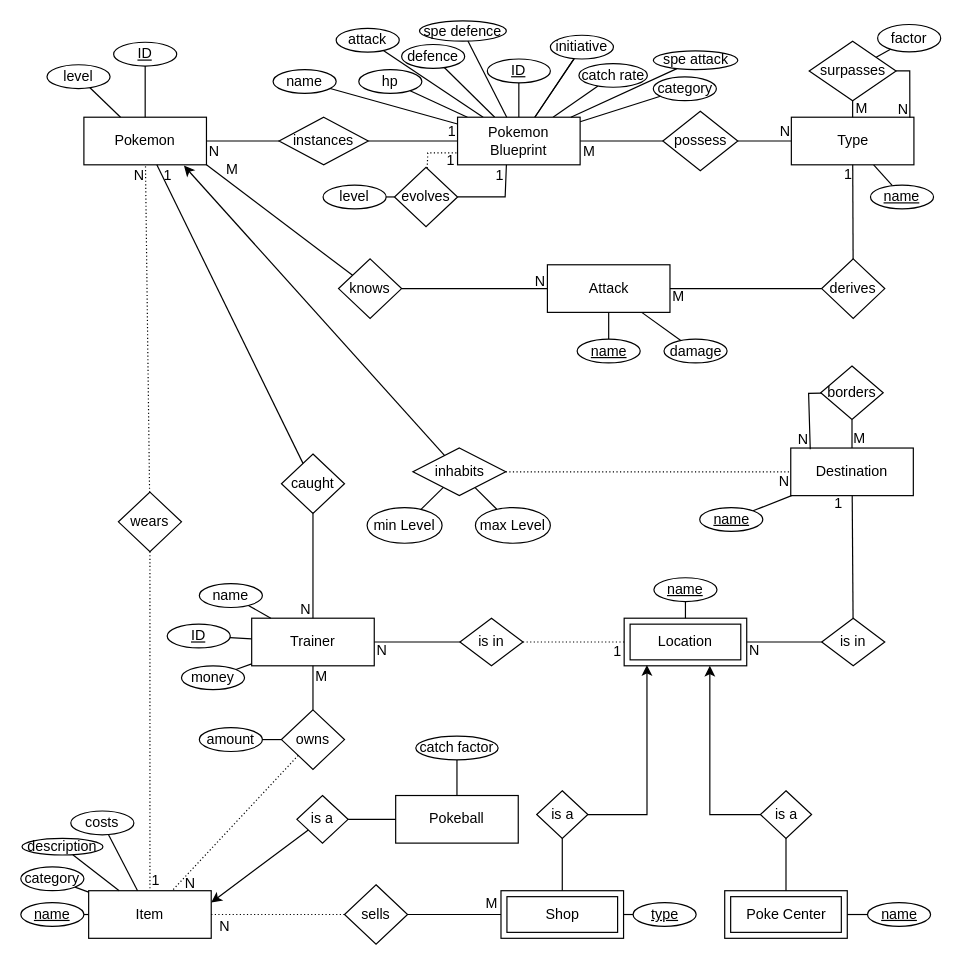
Before: Projekt/Pokemon Scuffed Grey.drawio in mypictur3esforu/Pokemon-Scuffed-Grey, a draw.io diagram. Source tidied: cells renumbered, new cells numbered last; positions are measured from the earlier drawing's top-left corner, leaving out a move shared by most shapes. Both pictures are drawn from the tidied source at 119%, with x=0, y=0 at pixel (20, 20).
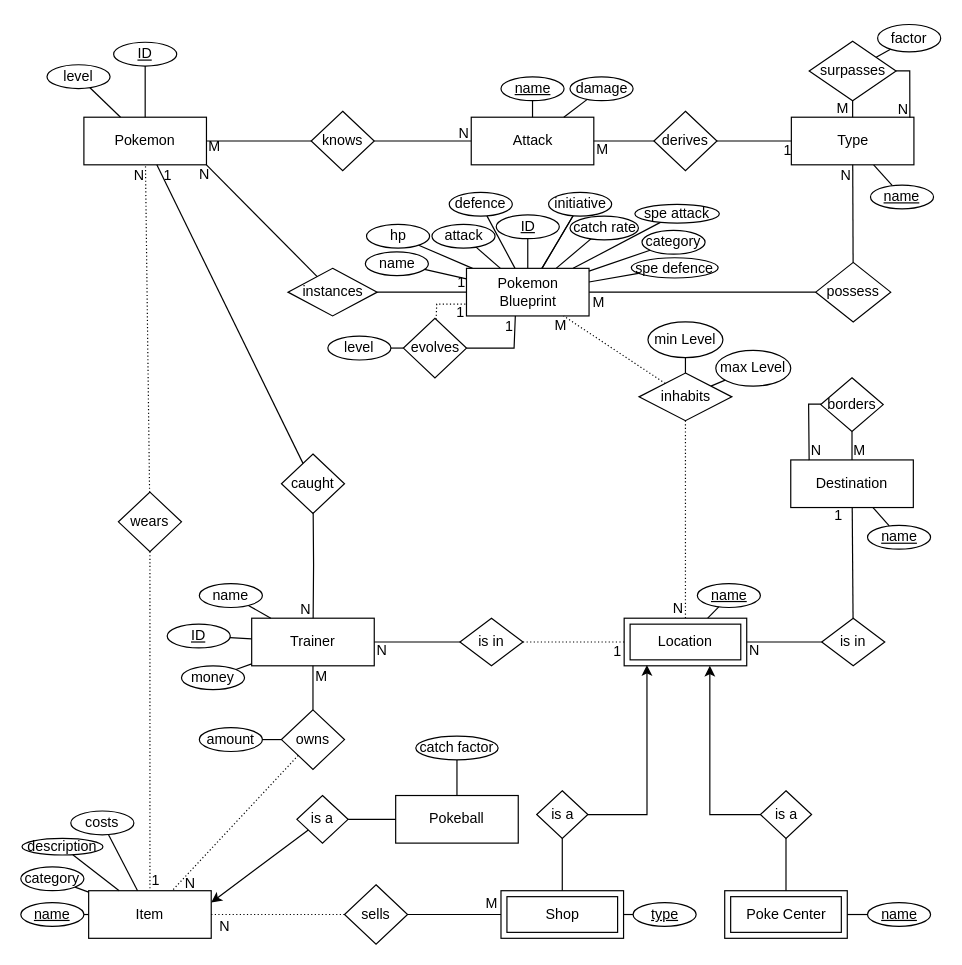
After the change.

Commit message (it also covers changes not shown here):
Inhabits angepasst PBs inhabiten jetzt Locations. Davor haben Pokemon Destinations inhabited. Ist jetzt besser, weil inhabit die Regeln für Spawnen sind.

Außerdem Wild Pokemon macht kein Sinn, da die Location irrelevant ist.
Zwar sind sie nur an einem bestimmten Standort, aber das geht auch indem
man sie einfach als Pokemon hinzufügt und bei verlassen der Location
wieder löscht.

The change refers to these unchanged cells:
```xml
<mxCell id="2" value="Pokemon" style="whiteSpace=wrap;html=1;align=center;" parent="1" vertex="1">
  <mxGeometry x="53" y="81" width="103" height="40" as="geometry" />
</mxCell>
<mxCell id="4" value="Trainer" style="whiteSpace=wrap;html=1;align=center;" parent="1" vertex="1">
  <mxGeometry x="194" y="502" width="103" height="40" as="geometry" />
</mxCell>
<mxCell id="6" value="caught" style="shape=rhombus;perimeter=rhombusPerimeter;whiteSpace=wrap;html=1;align=center;" parent="1" vertex="1">
  <mxGeometry x="219" y="364" width="53" height="50" as="geometry" />
</mxCell>
<mxCell id="32" style="endArrow=none;html=1;rounded=0;elbow=vertical;" parent="1" edge="1" source="37" target="31">
  <mxGeometry relative="1" as="geometry" />
</mxCell>
<mxCell id="40" style="endArrow=none;html=1;rounded=0;elbow=vertical;" parent="1" edge="1" source="31" target="42">
  <mxGeometry relative="1" as="geometry" />
</mxCell>
<mxCell id="141" value="Location" style="shape=ext;margin=3;double=1;whiteSpace=wrap;html=1;align=center;" parent="1" vertex="1">
  <mxGeometry x="507" y="502" width="103" height="40" as="geometry" />
</mxCell>
```

What changed in the source:
```diff
@@
     <mxCell id="3" value="Destination" style="whiteSpace=wrap;html=1;align=center;" parent="1" vertex="1">
-      <mxGeometry x="647" y="359" width="103" height="40" as="geometry" />
+      <mxGeometry x="647" y="369" width="103" height="40" as="geometry" />
     </mxCell>
@@
     <mxCell id="5" value="Attack" style="whiteSpace=wrap;html=1;align=center;" parent="1" vertex="1">
-      <mxGeometry x="442.5" y="205" width="103" height="40" as="geometry" />
+      <mxGeometry x="378.5" y="81" width="103" height="40" as="geometry" />
     </mxCell>
@@
-    <mxCell id="16" style="endArrow=none;html=1;rounded=0;exitX=1;exitY=1;exitDx=0;exitDy=0;" parent="1" edge="1" source="2" target="18">
+    <mxCell id="16" style="endArrow=none;html=1;rounded=0;" parent="1" edge="1" source="2" target="18">
       <mxGeometry relative="1" as="geometry" />
     </mxCell>
     <mxCell id="17" value="M" style="html=1;whiteSpace=wrap;align=left;verticalAlign=bottom;" parent="16" vertex="1">
       <mxGeometry x="-1" relative="1" as="geometry">
-        <mxPoint x="15" y="12" as="offset" />
+        <mxPoint y="13" as="offset" />
       </mxGeometry>
     </mxCell>
     <mxCell id="18" value="knows" style="shape=rhombus;perimeter=rhombusPerimeter;whiteSpace=wrap;html=1;align=center;" parent="1" vertex="1">
-      <mxGeometry x="267" y="200" width="53" height="50" as="geometry" />
+      <mxGeometry x="244" y="76" width="53" height="50" as="geometry" />
     </mxCell>
     <mxCell id="19" style="endArrow=none;html=1;rounded=0;" parent="1" edge="1" source="6" target="4">
-      <mxGeometry relative="1" as="geometry" />
+      <mxGeometry relative="1" as="geometry">
+        <Array as="points">
+          <mxPoint x="246" y="457" />
+        </Array>
+      </mxGeometry>
     </mxCell>
@@
     <mxCell id="33" value="N" style="html=1;whiteSpace=wrap;align=right;verticalAlign=bottom;" parent="32" vertex="1">
-      <mxGeometry x="1" relative="1" as="geometry" />
+      <mxGeometry x="1" relative="1" as="geometry">
+        <mxPoint y="17" as="offset" />
+      </mxGeometry>
     </mxCell>
@@
     <mxCell id="37" value="possess" style="shape=rhombus;perimeter=rhombusPerimeter;whiteSpace=wrap;html=1;align=center;" parent="1" vertex="1">
-      <mxGeometry x="539.5" y="76" width="63" height="50" as="geometry" />
+      <mxGeometry x="668" y="203" width="63" height="50" as="geometry" />
     </mxCell>
@@
     <mxCell id="41" value="M" style="html=1;whiteSpace=wrap;align=left;verticalAlign=bottom;" parent="40" vertex="1">
       <mxGeometry x="-1" relative="1" as="geometry">
-        <mxPoint x="1" y="1" as="offset" />
+        <mxPoint x="-15" y="1" as="offset" />
       </mxGeometry>
     </mxCell>
@@
-    <mxCell id="43" style="endArrow=none;html=1;rounded=0;dashed=1;dashPattern=1 2;elbow=vertical;" parent="1" edge="1" source="45" target="3">
+    <mxCell id="43" style="endArrow=none;html=1;rounded=0;dashed=1;dashPattern=1 2;elbow=vertical;" parent="1" edge="1" source="45" target="141">
       <mxGeometry relative="1" as="geometry" />
     </mxCell>
     <mxCell id="44" value="N" style="html=1;whiteSpace=wrap;align=right;verticalAlign=bottom;" parent="43" vertex="1">
       <mxGeometry x="1" relative="1" as="geometry">
-        <mxPoint x="-1" y="16" as="offset" />
+        <mxPoint x="-1" as="offset" />
       </mxGeometry>
     </mxCell>
     <mxCell id="45" value="inhabits" style="shape=rhombus;perimeter=rhombusPerimeter;whiteSpace=wrap;html=1;align=center;" parent="1" vertex="1">
-      <mxGeometry x="329.5" y="359" width="78" height="40" as="geometry" />
+      <mxGeometry x="519.5" y="296" width="78" height="40" as="geometry" />
     </mxCell>
@@
     <mxCell id="54" value="hp" style="ellipse;whiteSpace=wrap;html=1;align=center;" parent="1" vertex="1">
-      <mxGeometry x="284" y="41" width="53" height="20" as="geometry" />
+      <mxGeometry x="290.5" y="171" width="53" height="20" as="geometry" />
     </mxCell>
@@
     <mxCell id="56" value="attack" style="ellipse;whiteSpace=wrap;html=1;align=center;" parent="1" vertex="1">
-      <mxGeometry x="265" y="6.3" width="53" height="20" as="geometry" />
+      <mxGeometry x="345.5" y="171" width="53" height="20" as="geometry" />
     </mxCell>
@@
     <mxCell id="58" value="defence" style="ellipse;whiteSpace=wrap;html=1;align=center;" parent="1" vertex="1">
-      <mxGeometry x="320" y="19.9" width="53" height="20" as="geometry" />
+      <mxGeometry x="360" y="144.1" width="53" height="20" as="geometry" />
     </mxCell>
@@
     <mxCell id="63" value="min Level" style="ellipse;whiteSpace=wrap;html=1;align=center;" parent="1" vertex="1">
-      <mxGeometry x="291" y="409" width="63" height="30" as="geometry" />
+      <mxGeometry x="527" y="253" width="63" height="30" as="geometry" />
     </mxCell>
@@
     <mxCell id="65" value="name" style="ellipse;whiteSpace=wrap;html=1;align=center;" parent="1" vertex="1">
-      <mxGeometry x="212" y="41" width="53" height="20" as="geometry" />
+      <mxGeometry x="289.5" y="194.1" width="53" height="20" as="geometry" />
     </mxCell>
@@
     <mxCell id="76" value="name" style="ellipse;whiteSpace=wrap;html=1;align=center;fontStyle=4;" parent="1" vertex="1">
-      <mxGeometry x="467.5" y="267.5" width="53" height="20" as="geometry" />
+      <mxGeometry x="403.5" y="47.1" width="53" height="20" as="geometry" />
     </mxCell>
@@
     <mxCell id="78" value="max Level" style="ellipse;whiteSpace=wrap;html=1;align=center;" parent="1" vertex="1">
-      <mxGeometry x="382" y="409" width="63" height="30" as="geometry" />
+      <mxGeometry x="584" y="277" width="63" height="30" as="geometry" />
     </mxCell>
@@
     <mxCell id="85" value="name" style="ellipse;whiteSpace=wrap;html=1;align=center;fontStyle=4;" parent="1" vertex="1">
-      <mxGeometry x="570.5" y="409" width="53" height="20" as="geometry" />
+      <mxGeometry x="711.5" y="424" width="53" height="20" as="geometry" />
     </mxCell>
@@
     <mxCell id="87" value="derives" style="shape=rhombus;perimeter=rhombusPerimeter;whiteSpace=wrap;html=1;align=center;" parent="1" vertex="1">
-      <mxGeometry x="673" y="200" width="53" height="50" as="geometry" />
+      <mxGeometry x="532" y="76" width="53" height="50" as="geometry" />
     </mxCell>
@@
     <mxCell id="96" value="damage" style="ellipse;whiteSpace=wrap;html=1;align=center;" parent="1" vertex="1">
-      <mxGeometry x="540.5" y="267.5" width="53" height="20" as="geometry" />
+      <mxGeometry x="461.5" y="47.1" width="53" height="20" as="geometry" />
     </mxCell>
@@
     <mxCell id="100" value="evolves" style="shape=rhombus;perimeter=rhombusPerimeter;whiteSpace=wrap;html=1;align=center;direction=south;" parent="1" vertex="1">
-      <mxGeometry x="314" y="123" width="53" height="50" as="geometry" />
+      <mxGeometry x="321.5" y="250" width="53" height="50" as="geometry" />
     </mxCell>
     <mxCell id="101" style="endArrow=none;html=1;rounded=0;dashed=1;dashPattern=1 2;entryX=0;entryY=0.75;entryDx=0;entryDy=0;" parent="1" edge="1" source="100" target="107">
       <mxGeometry relative="1" as="geometry">
         <Array as="points">
-          <mxPoint x="342" y="111" />
+          <mxPoint x="349.5" y="238" />
         </Array>
       </mxGeometry>
     </mxCell>
@@
     <mxCell id="103" style="endArrow=none;html=1;rounded=0;entryX=0.4;entryY=0.9;entryDx=0;entryDy=0;entryPerimeter=0;" parent="1" edge="1" source="100" target="107">
       <mxGeometry relative="1" as="geometry">
         <Array as="points">
-          <mxPoint x="407" y="148" />
+          <mxPoint x="414.5" y="275" />
         </Array>
       </mxGeometry>
     </mxCell>
@@
     <mxCell id="105" value="level" style="ellipse;whiteSpace=wrap;html=1;align=center;" parent="1" vertex="1">
-      <mxGeometry x="254" y="138" width="53" height="20" as="geometry" />
+      <mxGeometry x="258" y="265" width="53" height="20" as="geometry" />
     </mxCell>
@@
     <mxCell id="107" value="Pokemon Blueprint" style="whiteSpace=wrap;html=1;align=center;" parent="1" vertex="1">
-      <mxGeometry x="367" y="81" width="103" height="40" as="geometry" />
+      <mxGeometry x="374.5" y="208" width="103" height="40" as="geometry" />
     </mxCell>
-    <mxCell id="108" style="endArrow=classic;html=1;rounded=0;entryX=0.816;entryY=1.017;entryDx=0;entryDy=0;entryPerimeter=0;" parent="1" edge="1" source="45" target="2">
-      <mxGeometry relative="1" as="geometry" />
-    </mxCell>
     <mxCell id="109" value="instances" style="shape=rhombus;perimeter=rhombusPerimeter;whiteSpace=wrap;html=1;align=center;" parent="1" vertex="1">
-      <mxGeometry x="217" y="81" width="75" height="40" as="geometry" />
+      <mxGeometry x="224.5" y="208" width="75" height="40" as="geometry" />
     </mxCell>
@@
     <mxCell id="112" value="spe defence" style="ellipse;whiteSpace=wrap;html=1;align=center;" parent="1" vertex="1">
-      <mxGeometry x="335" y="0.1" width="73" height="17" as="geometry" />
+      <mxGeometry x="513" y="199.1" width="73" height="17" as="geometry" />
     </mxCell>
@@
     <mxCell id="114" value="spe attack" style="ellipse;whiteSpace=wrap;html=1;align=center;" parent="1" vertex="1">
-      <mxGeometry x="531.5" y="25.2" width="71" height="15.8" as="geometry" />
+      <mxGeometry x="516" y="154.2" width="71" height="15.8" as="geometry" />
     </mxCell>
@@
     <mxCell id="116" value="ID" style="ellipse;whiteSpace=wrap;html=1;align=center;fontStyle=4;" parent="1" vertex="1">
-      <mxGeometry x="392" y="32.1" width="53" height="20" as="geometry" />
+      <mxGeometry x="399.5" y="163.1" width="53" height="20" as="geometry" />
     </mxCell>
@@
     <mxCell id="118" value="initiative" style="ellipse;whiteSpace=wrap;html=1;align=center;" parent="1" vertex="1">
-      <mxGeometry x="445" y="12.1" width="53" height="20" as="geometry" />
+      <mxGeometry x="443.5" y="144.1" width="53" height="20" as="geometry" />
     </mxCell>
     <mxCell id="119" value="catch rate" style="ellipse;whiteSpace=wrap;html=1;align=center;" parent="1" vertex="1">
-      <mxGeometry x="469" y="35.9" width="57.5" height="19.9" as="geometry" />
+      <mxGeometry x="461.5" y="164.1" width="57.5" height="19.9" as="geometry" />
     </mxCell>
     <mxCell id="120" value="category" style="ellipse;whiteSpace=wrap;html=1;align=center;" parent="1" vertex="1">
-      <mxGeometry x="531.5" y="47.1" width="53" height="20" as="geometry" />
+      <mxGeometry x="522" y="176.1" width="53" height="20" as="geometry" />
     </mxCell>
@@
-    <mxCell id="122" style="endArrow=none;html=1;rounded=0;entryX=0.159;entryY=0.025;entryDx=0;entryDy=0;entryPerimeter=0;" parent="1" edge="1" source="126" target="3">
+    <mxCell id="122" style="endArrow=none;html=1;rounded=0;entryX=0.15;entryY=0.004;entryDx=0;entryDy=0;entryPerimeter=0;" parent="1" edge="1" source="126" target="3">
       <mxGeometry relative="1" as="geometry">
         <Array as="points">
-          <mxPoint x="662" y="313" />
+          <mxPoint x="662" y="322" />
         </Array>
       </mxGeometry>
     </mxCell>
     <mxCell id="123" value="N" style="html=1;whiteSpace=wrap;align=right;verticalAlign=bottom;" parent="122" vertex="1">
-      <mxGeometry x="1" relative="1" as="geometry" />
+      <mxGeometry x="1" relative="1" as="geometry">
+        <mxPoint x="12" as="offset" />
+      </mxGeometry>
     </mxCell>
@@
     <mxCell id="126" value="borders" style="shape=rhombus;perimeter=rhombusPerimeter;whiteSpace=wrap;html=1;align=center;" parent="1" vertex="1">
-      <mxGeometry x="672.2" y="290" width="52.5" height="45" as="geometry" />
+      <mxGeometry x="672.2" y="300" width="52.5" height="45" as="geometry" />
     </mxCell>
@@
-    <mxCell id="129" style="endArrow=none;html=1;rounded=0;" parent="1" edge="1" source="109" target="2">
+    <mxCell id="129" style="endArrow=none;html=1;rounded=0;entryX=1;entryY=1;entryDx=0;entryDy=0;" parent="1" edge="1" source="109" target="2">
       <mxGeometry relative="1" as="geometry" />
     </mxCell>
     <mxCell id="130" value="N" style="html=1;whiteSpace=wrap;align=right;verticalAlign=bottom;" parent="129" vertex="1">
       <mxGeometry x="1" relative="1" as="geometry">
-        <mxPoint x="12" y="17" as="offset" />
+        <mxPoint x="4" y="16" as="offset" />
       </mxGeometry>
     </mxCell>
@@
     <mxCell id="153" value="name" style="ellipse;whiteSpace=wrap;html=1;align=center;fontStyle=4;" parent="1" vertex="1">
-      <mxGeometry x="532" y="468" width="53" height="20" as="geometry" />
+      <mxGeometry x="568.5" y="473" width="53" height="20" as="geometry" />
     </mxCell>
@@
+    <mxCell id="157" style="endArrow=none;html=1;rounded=0;dashed=1;dashPattern=1 2;elbow=vertical;" parent="1" edge="1" source="45" target="107">
+      <mxGeometry relative="1" as="geometry" />
+    </mxCell>
+    <mxCell id="158" value="M" style="html=1;whiteSpace=wrap;align=right;verticalAlign=bottom;" parent="157" vertex="1">
+      <mxGeometry x="1" relative="1" as="geometry">
+        <mxPoint x="4" y="16" as="offset" />
+      </mxGeometry>
+    </mxCell>
```
